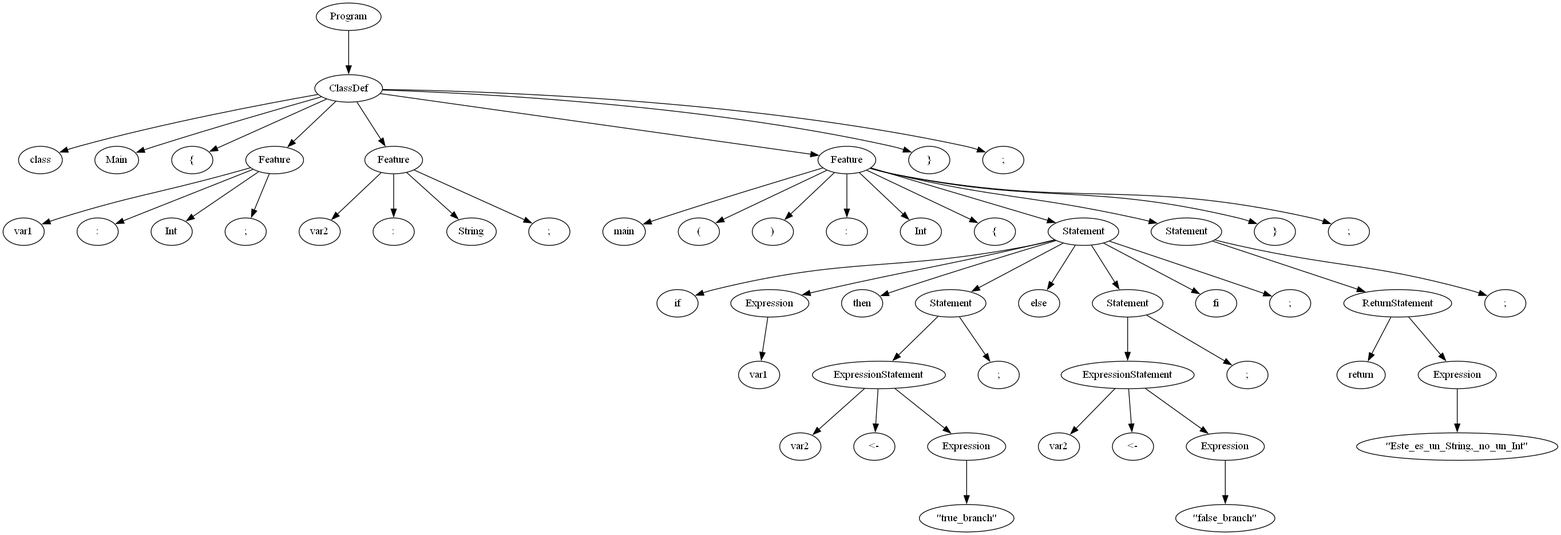
The Graphviz diagram Lab1/tree.png in JessicaOI/Lab0, before a commit. Its source is kept beside it as Lab1/tree.dot.
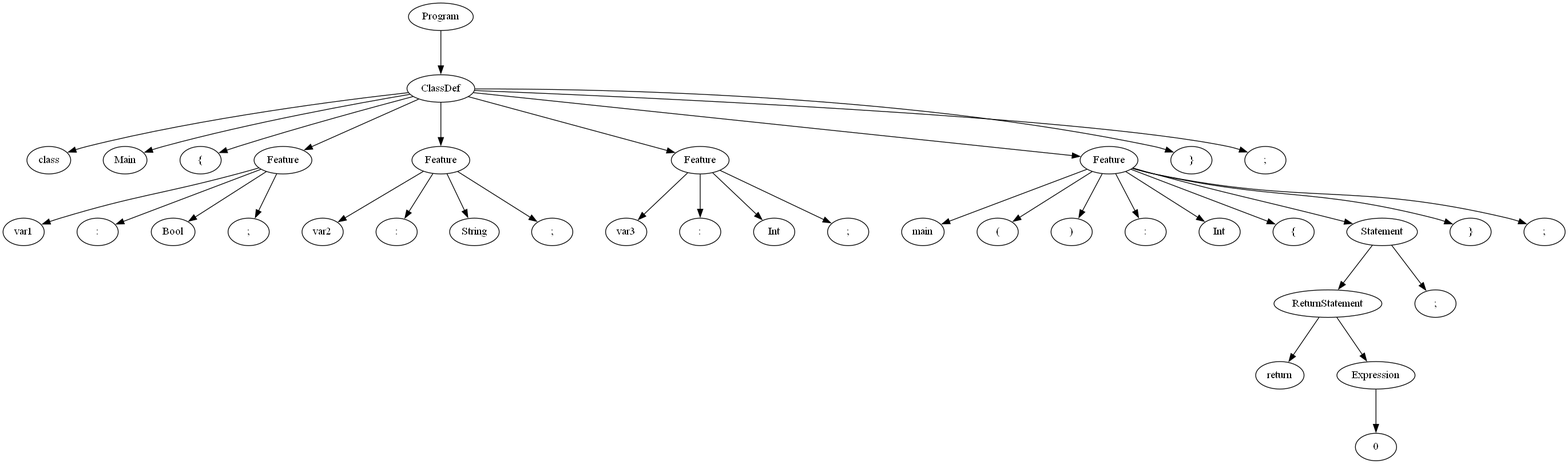
Later version of the same file.

The edit, as a diff of the source:
```diff
@@ -2,111 +2,77 @@
 rankdir=TB;
 nodesep=0.6;
 ranksep=0.8;
-    "Program_1539497681408" [label="Program"];
-    "ClassDef_1539497681520" [label="ClassDef"];
-    "class_1539497716416" [label="class"];
-    "Main_1539497716224" [label="Main"];
-    "{_1539497716160" [label="{"];
-    "Feature_1539497681632" [label="Feature"];
-    "var1_1539497715584" [label="var1"];
-    ":_1539497715840" [label=":"];
-    "Int_1539497716672" [label="Int"];
-    ";_1539497716736" [label=";"];
-    "Feature_1539497681856" [label="Feature"];
-    "var2_1539497716480" [label="var2"];
-    ":_1539497716864" [label=":"];
-    "String_1539497716928" [label="String"];
-    ";_1539497716992" [label=";"];
-    "Feature_1539497681968" [label="Feature"];
-    "main_1539497717056" [label="main"];
-    "(_1539497717120" [label="("];
-    ")_1539497717184" [label=")"];
-    ":_1539497717248" [label=":"];
-    "Int_1539497717312" [label="Int"];
-    "{_1539497717440" [label="{"];
-    "Statement_1539497682080" [label="Statement"];
-    "if_1539497717504" [label="if"];
-    "Expression_1539497682528" [label="Expression"];
-    "var1_1539497717568" [label="var1"];
-    "then_1539497717632" [label="then"];
-    "Statement_1539497681744" [label="Statement"];
-    "ExpressionStatement_1539497682304" [label="ExpressionStatement"];
-    "var2_1539497717696" [label="var2"];
-    "<-_1539497717824" [label="<-"];
-    "Expression_1539497682192" [label="Expression"];
-    "\\\"true_branch\\\"_1539497717888" [label="\"true_branch\""];
-    ";_1539497718016" [label=";"];
-    "else_1539497718080" [label="else"];
-    "Statement_1539497682416" [label="Statement"];
-    "ExpressionStatement_1539497682640" [label="ExpressionStatement"];
-    "var2_1539497718272" [label="var2"];
-    "<-_1539497718400" [label="<-"];
-    "Expression_1539497682752" [label="Expression"];
-    "\\\"false_branch\\\"_1539497718464" [label="\"false_branch\""];
-    ";_1539497718592" [label=";"];
-    "fi_1539497718656" [label="fi"];
-    ";_1539497718720" [label=";"];
-    "Statement_1539497682864" [label="Statement"];
-    "ReturnStatement_1539497682976" [label="ReturnStatement"];
-    "return_1539497718848" [label="return"];
-    "Expression_1539497683088" [label="Expression"];
-    "\\\"Este_es_un_String,_no_un_Int\\\"_1539497718976" [label="\"Este_es_un_String,_no_un_Int\""];
-    ";_1539497719104" [label=";"];
-    "}_1539497719168" [label="}"];
-    ";_1539497717376" [label=";"];
-    "}_1539497719232" [label="}"];
-    ";_1539497719424" [label=";"];
-    "Program_1539497681408" -> "ClassDef_1539497681520";
-    "ClassDef_1539497681520" -> "class_1539497716416";
-    "ClassDef_1539497681520" -> "Main_1539497716224";
-    "ClassDef_1539497681520" -> "{_1539497716160";
-    "ClassDef_1539497681520" -> "Feature_1539497681632";
-    "ClassDef_1539497681520" -> "Feature_1539497681856";
-    "ClassDef_1539497681520" -> "Feature_1539497681968";
-    "ClassDef_1539497681520" -> "}_1539497719232";
-    "ClassDef_1539497681520" -> ";_1539497719424";
-    "Feature_1539497681632" -> "var1_1539497715584";
-    "Feature_1539497681632" -> ":_1539497715840";
-    "Feature_1539497681632" -> "Int_1539497716672";
-    "Feature_1539497681632" -> ";_1539497716736";
-    "Feature_1539497681856" -> "var2_1539497716480";
-    "Feature_1539497681856" -> ":_1539497716864";
-    "Feature_1539497681856" -> "String_1539497716928";
-    "Feature_1539497681856" -> ";_1539497716992";
-    "Feature_1539497681968" -> "main_1539497717056";
-    "Feature_1539497681968" -> "(_1539497717120";
-    "Feature_1539497681968" -> ")_1539497717184";
-    "Feature_1539497681968" -> ":_1539497717248";
-    "Feature_1539497681968" -> "Int_1539497717312";
-    "Feature_1539497681968" -> "{_1539497717440";
-    "Feature_1539497681968" -> "Statement_1539497682080";
-    "Feature_1539497681968" -> "Statement_1539497682864";
-    "Feature_1539497681968" -> "}_1539497719168";
-    "Feature_1539497681968" -> ";_1539497717376";
-    "Statement_1539497682080" -> "if_1539497717504";
-    "Statement_1539497682080" -> "Expression_1539497682528";
-    "Statement_1539497682080" -> "then_1539497717632";
-    "Statement_1539497682080" -> "Statement_1539497681744";
-    "Statement_1539497682080" -> "else_1539497718080";
-    "Statement_1539497682080" -> "Statement_1539497682416";
-    "Statement_1539497682080" -> "fi_1539497718656";
-    "Statement_1539497682080" -> ";_1539497718720";
-    "Expression_1539497682528" -> "var1_1539497717568";
-    "Statement_1539497681744" -> "ExpressionStatement_1539497682304";
-    "Statement_1539497681744" -> ";_1539497718016";
-    "ExpressionStatement_1539497682304" -> "var2_1539497717696";
-    "ExpressionStatement_1539497682304" -> "<-_1539497717824";
-    "ExpressionStatement_1539497682304" -> "Expression_1539497682192";
-    "Expression_1539497682192" -> "\\\"true_branch\\\"_1539497717888";
-    "Statement_1539497682416" -> "ExpressionStatement_1539497682640";
-    "Statement_1539497682416" -> ";_1539497718592";
-    "ExpressionStatement_1539497682640" -> "var2_1539497718272";
-    "ExpressionStatement_1539497682640" -> "<-_1539497718400";
-    "ExpressionStatement_1539497682640" -> "Expression_1539497682752";
-    "Expression_1539497682752" -> "\\\"false_branch\\\"_1539497718464";
-    "Statement_1539497682864" -> "ReturnStatement_1539497682976";
-    "Statement_1539497682864" -> ";_1539497719104";
-    "ReturnStatement_1539497682976" -> "return_1539497718848";
-    "ReturnStatement_1539497682976" -> "Expression_1539497683088";
-    "Expression_1539497683088" -> "\\\"Este_es_un_String,_no_un_Int\\\"_1539497718976";
+    "Program_2750386817168" [label="Program"];
+    "ClassDef_2750386816272" [label="ClassDef"];
+    "class_2750386918016" [label="class"];
+    "Main_2750386919232" [label="Main"];
+    "{_2750386925312" [label="{"];
+    "Feature_2750386816384" [label="Feature"];
+    "var1_2750386915392" [label="var1"];
+    ":_2750386928064" [label=":"];
+    "Bool_2750386928192" [label="Bool"];
+    ";_2750386929088" [label=";"];
+    "Feature_2750386816832" [label="Feature"];
+    "var2_2750386918144" [label="var2"];
+    ":_2750386928512" [label=":"];
+    "String_2750386926144" [label="String"];
+    ";_2750386926208" [label=";"];
+    "Feature_2750386816048" [label="Feature"];
+    "var3_2750386913344" [label="var3"];
+    ":_2750386924800" [label=":"];
+    "Int_2750386913856" [label="Int"];
+    ";_2750386913600" [label=";"];
+    "Feature_2750386817280" [label="Feature"];
+    "main_2750386913728" [label="main"];
+    "(_2750386928960" [label="("];
+    ")_2750386913792" [label=")"];
+    ":_2750386921408" [label=":"];
+    "Int_2750386913472" [label="Int"];
+    "{_2750386913984" [label="{"];
+    "Statement_2750386817616" [label="Statement"];
+    "ReturnStatement_2750386817504" [label="ReturnStatement"];
+    "return_2750386922624" [label="return"];
+    "Expression_2750386816160" [label="Expression"];
+    "0_2750386919616" [label="0"];
+    ";_2750386914112" [label=";"];
+    "}_2750386913536" [label="}"];
+    ";_2750386928320" [label=";"];
+    "}_2750386918464" [label="}"];
+    ";_2750386927040" [label=";"];
+    "Program_2750386817168" -> "ClassDef_2750386816272";
+    "ClassDef_2750386816272" -> "class_2750386918016";
+    "ClassDef_2750386816272" -> "Main_2750386919232";
+    "ClassDef_2750386816272" -> "{_2750386925312";
+    "ClassDef_2750386816272" -> "Feature_2750386816384";
+    "ClassDef_2750386816272" -> "Feature_2750386816832";
+    "ClassDef_2750386816272" -> "Feature_2750386816048";
+    "ClassDef_2750386816272" -> "Feature_2750386817280";
+    "ClassDef_2750386816272" -> "}_2750386918464";
+    "ClassDef_2750386816272" -> ";_2750386927040";
+    "Feature_2750386816384" -> "var1_2750386915392";
+    "Feature_2750386816384" -> ":_2750386928064";
+    "Feature_2750386816384" -> "Bool_2750386928192";
+    "Feature_2750386816384" -> ";_2750386929088";
+    "Feature_2750386816832" -> "var2_2750386918144";
+    "Feature_2750386816832" -> ":_2750386928512";
+    "Feature_2750386816832" -> "String_2750386926144";
+    "Feature_2750386816832" -> ";_2750386926208";
+    "Feature_2750386816048" -> "var3_2750386913344";
+    "Feature_2750386816048" -> ":_2750386924800";
+    "Feature_2750386816048" -> "Int_2750386913856";
+    "Feature_2750386816048" -> ";_2750386913600";
+    "Feature_2750386817280" -> "main_2750386913728";
+    "Feature_2750386817280" -> "(_2750386928960";
+    "Feature_2750386817280" -> ")_2750386913792";
+    "Feature_2750386817280" -> ":_2750386921408";
+    "Feature_2750386817280" -> "Int_2750386913472";
+    "Feature_2750386817280" -> "{_2750386913984";
+    "Feature_2750386817280" -> "Statement_2750386817616";
+    "Feature_2750386817280" -> "}_2750386913536";
+    "Feature_2750386817280" -> ";_2750386928320";
+    "Statement_2750386817616" -> "ReturnStatement_2750386817504";
+    "Statement_2750386817616" -> ";_2750386914112";
+    "ReturnStatement_2750386817504" -> "return_2750386922624";
+    "ReturnStatement_2750386817504" -> "Expression_2750386816160";
+    "Expression_2750386816160" -> "0_2750386919616";
 }
```
